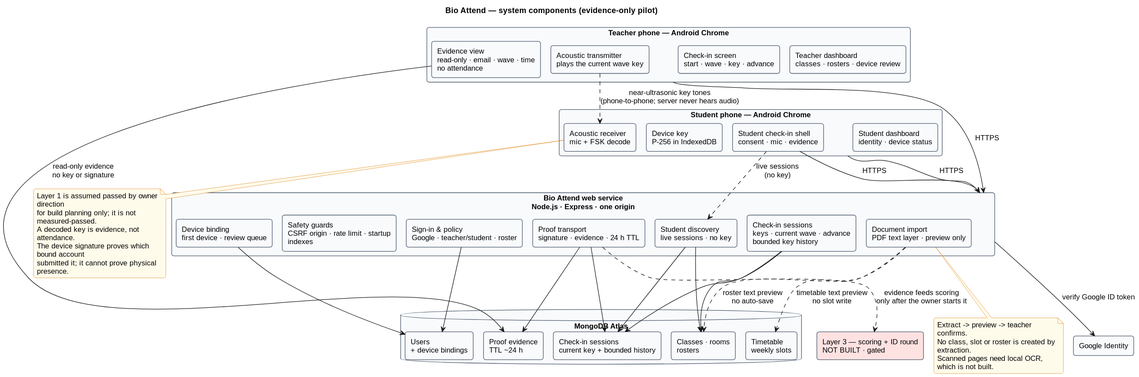
The PlantUML diagram docs/diagrams/system-components.svg in 12SHIVANSH-SINGH/Capstone-7th-sem, before a commit.
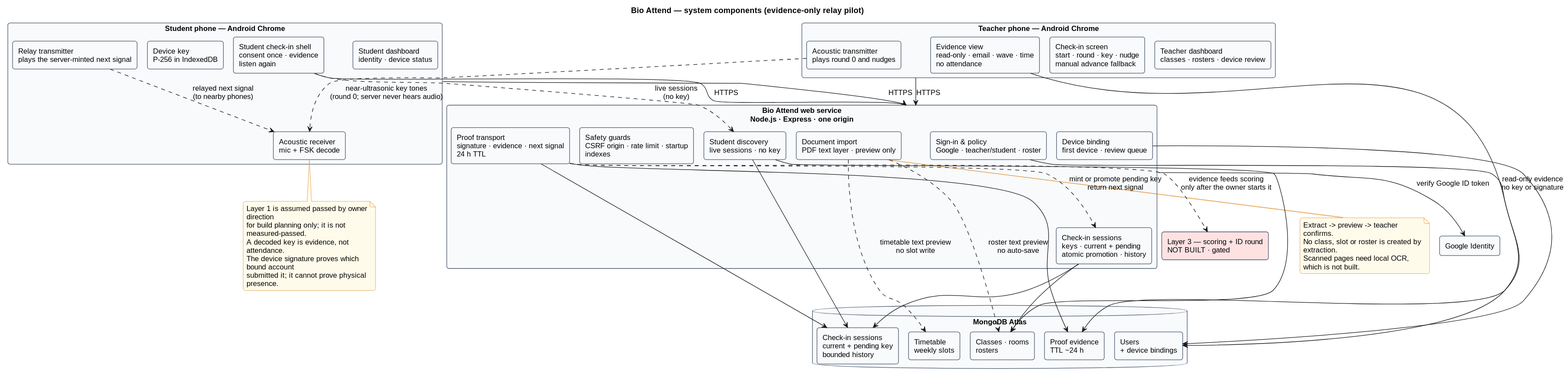
The same diagram one commit later.

Diff of the diagram source:
```diff
@@ -1,6 +1,6 @@
 @startuml
 !pragma layout smetana
-title Bio Attend — system components (evidence-only pilot)
+title Bio Attend — system components (evidence-only relay pilot)
 
 skinparam defaultFontName "Arial"
 skinparam defaultFontSize 13
@@ -24,24 +24,25 @@
 
 rectangle "Teacher phone — Android Chrome" as TP {
   rectangle "Teacher dashboard\nclasses · rosters · device review" as TD
-  rectangle "Check-in screen\nstart · wave · key · advance" as TC
+  rectangle "Check-in screen\nstart · round · key · nudge\nmanual advance fallback" as TC
   rectangle "Evidence view\nread-only · email · wave · time\nno attendance" as TE
-  rectangle "Acoustic transmitter\nplays the current wave key" as TX
+  rectangle "Acoustic transmitter\nplays round 0 and nudges" as TX
 }
 
 rectangle "Student phone — Android Chrome" as SP {
   rectangle "Student dashboard\nidentity · device status" as SD
-  rectangle "Student check-in shell\nconsent · mic · evidence" as SHELL
+  rectangle "Student check-in shell\nconsent once · evidence\nlisten again" as SHELL
   rectangle "Acoustic receiver\nmic + FSK decode" as RX
+  rectangle "Relay transmitter\nplays the server-minted next signal" as RTX
   rectangle "Device key\nP-256 in IndexedDB" as DK
 }
 
 rectangle "Bio Attend web service\nNode.js · Express · one origin" as SRV {
   rectangle "Sign-in & policy\nGoogle · teacher/student · roster" as AUTH
   rectangle "Device binding\nfirst device · review queue" as BIND
-  rectangle "Check-in sessions\nkeys · current wave · advance\nbounded key history" as SESS
+  rectangle "Check-in sessions\nkeys · current + pending\natomic promotion · history" as SESS
   rectangle "Student discovery\nlive sessions · no key" as DISC
-  rectangle "Proof transport\nsignature · evidence · 24 h TTL" as PROOF
+  rectangle "Proof transport\nsignature · evidence · next signal\n24 h TTL" as PROOF
   rectangle "Document import\nPDF text layer · preview only" as DOC
   rectangle "Safety guards\nCSRF origin · rate limit · startup indexes" as GUARD
 }
@@ -49,7 +50,7 @@
 database "MongoDB Atlas" as DB {
   rectangle "Users\n+ device bindings" as U
   rectangle "Classes · rooms\nrosters" as C
-  rectangle "Check-in sessions\ncurrent key + bounded history" as S
+  rectangle "Check-in sessions\ncurrent + pending key\nbounded history" as S
   rectangle "Proof evidence\nTTL ~24 h" as P
   rectangle "Timetable\nweekly slots" as T
 }
@@ -61,7 +62,8 @@
 SP --> SRV : HTTPS
 SHELL --> SRV : HTTPS
 SHELL ..> DISC : live sessions\n(no key)
-TX ..> RX : near-ultrasonic key tones\n(phone-to-phone; server never hears audio)
+TX ..> RX : near-ultrasonic key tones\n(round 0; server never hears audio)
+RTX ..> RX : relayed next signal\n(to nearby phones)
 SRV --> G : verify Google ID token
 AUTH --> U
 BIND --> U
@@ -72,6 +74,7 @@
 DISC --> S
 PROOF --> S
 PROOF --> P
+PROOF ..> SESS : mint or promote pending key\nreturn next signal
 DOC ..> C : roster text preview\nno auto-save
 DOC ..> T : timetable text preview\nno slot write
 PROOF ..> L3 : evidence feeds scoring\nonly after the owner starts it
```
